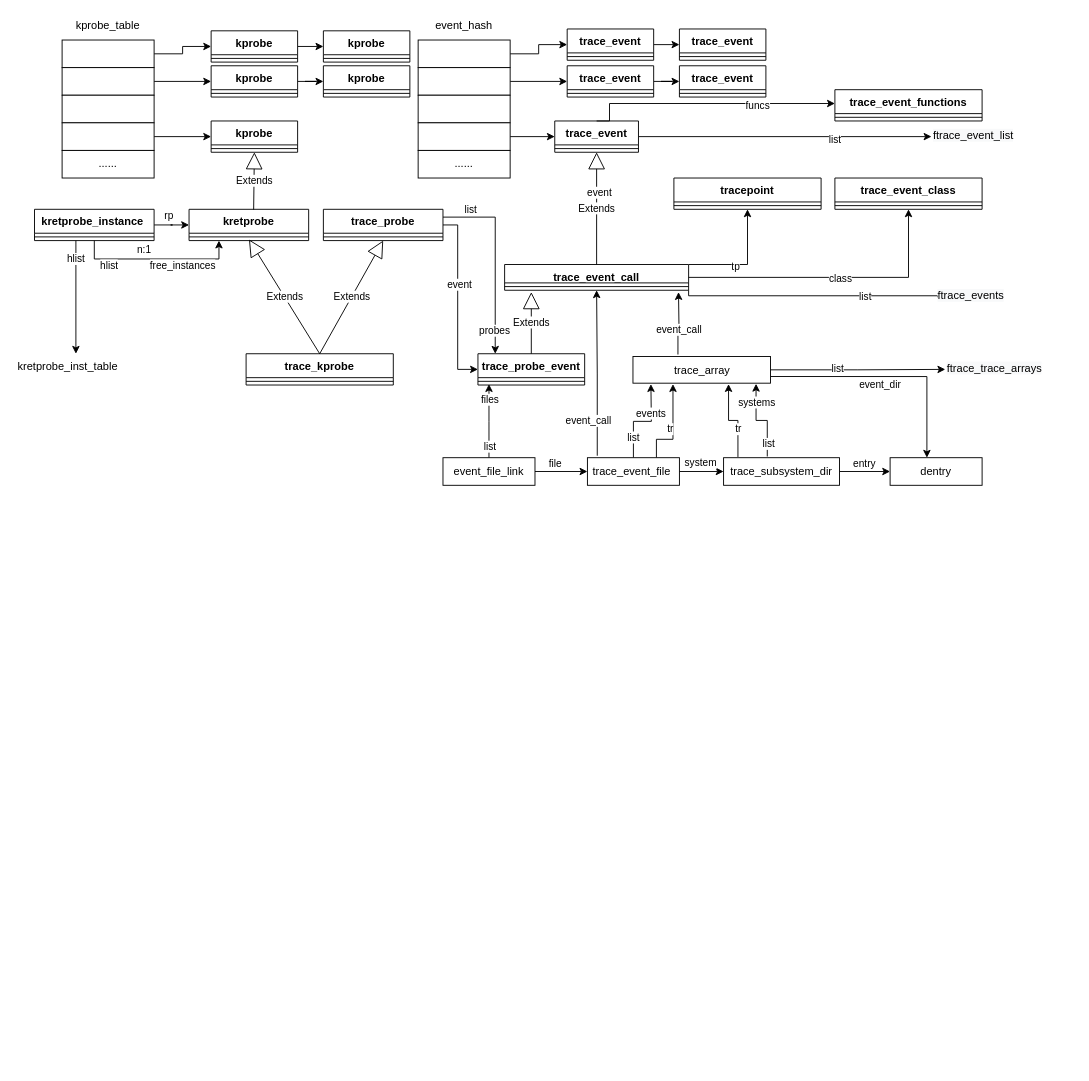
This is trace.drawio from jasonactions/graph, a draw.io file, before an edit. Source tidied: cells renumbered, new cells numbered last; positions are measured from the earlier drawing's top-left corner, leaving out a move shared by most shapes. Both pictures are drawn from the tidied source at 92%, with x=0, y=0 at pixel (16, 16).
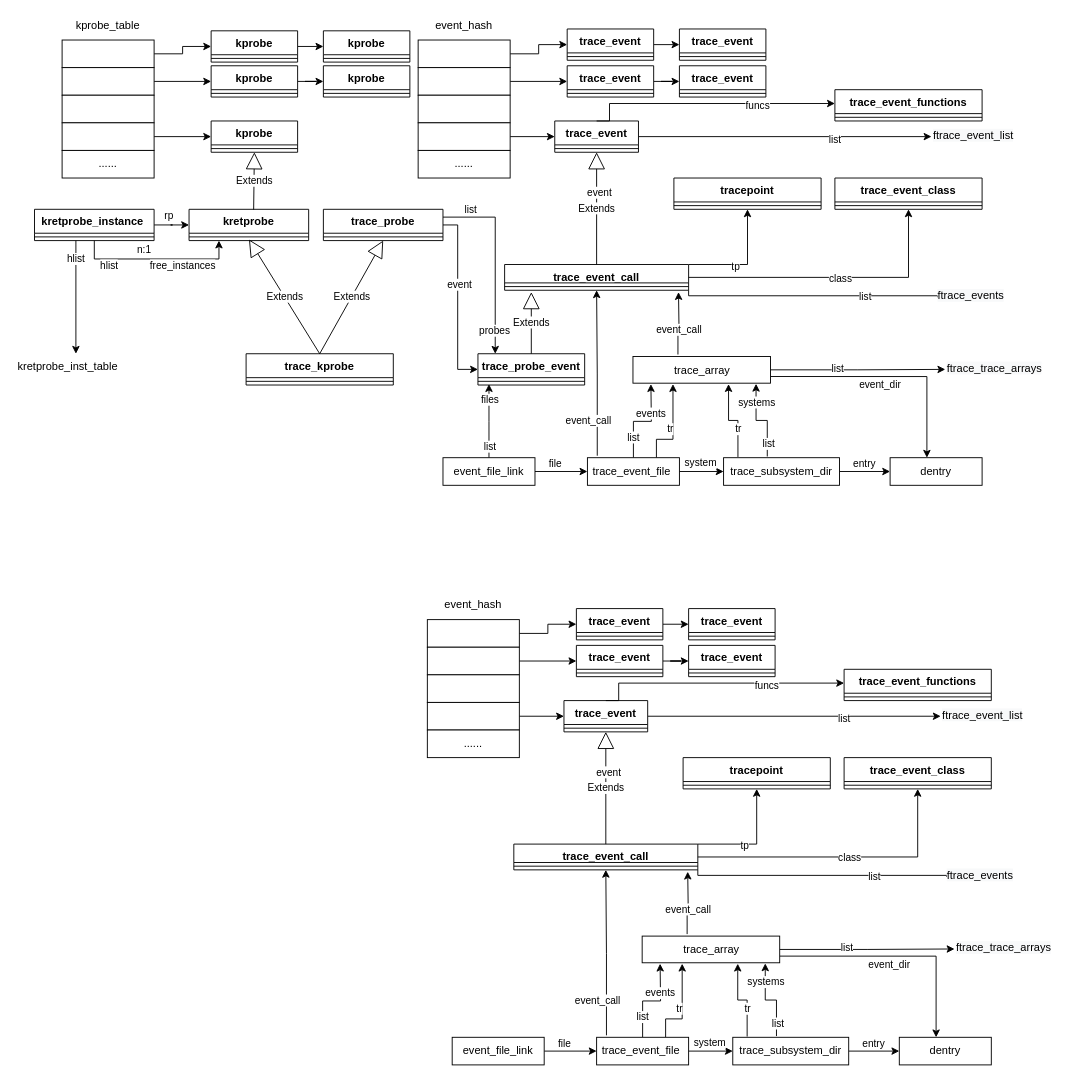
After the change.

The edit, as a diff of the source:
```diff
@@
+    <mxCell id="127" style="edgeStyle=orthogonalEdgeStyle;rounded=0;jettySize=auto;html=1;entryX=0.5;entryY=1;entryDx=0;entryDy=0;exitX=1;exitY=0;exitDx=0;exitDy=0;" parent="1" edge="1" source="129" target="137">
+      <mxGeometry relative="1" as="geometry">
+        <Array as="points">
+          <mxPoint x="805" y="900" />
+        </Array>
+      </mxGeometry>
+    </mxCell>
+    <mxCell id="128" value="tp" style="edgeLabel;html=1;align=center;verticalAlign=middle;" parent="127" vertex="1">
+      <mxGeometry x="-0.2" y="-1" relative="1" as="geometry" />
+    </mxCell>
+    <mxCell id="129" value="trace_event_call" style="swimlane;fontStyle=1;align=center;verticalAlign=top;horizontal=1;startSize=20;" parent="1" vertex="1">
+      <mxGeometry x="541" y="900" width="200" height="28" as="geometry" />
+    </mxCell>
+    <mxCell id="130" style="line;strokeWidth=1;fillColor=none;align=left;verticalAlign=middle;spacingTop=-1;spacingLeft=3;spacingRight=3;labelPosition=right;" parent="129" vertex="1">
+      <mxGeometry y="20" width="200" height="8" as="geometry" />
+    </mxCell>
+    <mxCell id="131" style="edgeStyle=orthogonalEdgeStyle;rounded=0;jettySize=auto;html=1;exitX=1;exitY=0.5;exitDx=0;exitDy=0;entryX=0;entryY=0.5;entryDx=0;entryDy=0;" parent="1" edge="1" source="133" target="186">
+      <mxGeometry relative="1" as="geometry" />
+    </mxCell>
+    <mxCell id="132" value="list" style="edgeLabel;html=1;align=center;verticalAlign=middle;" parent="131" vertex="1">
+      <mxGeometry x="0.34" y="-2" relative="1" as="geometry" />
+    </mxCell>
+    <mxCell id="133" value="trace_event" style="swimlane;fontStyle=1;align=center;verticalAlign=top;horizontal=1;startSize=26;" parent="1" vertex="1">
+      <mxGeometry x="595.5" y="744" width="91" height="34" as="geometry" />
+    </mxCell>
+    <mxCell id="134" style="line;strokeWidth=1;fillColor=none;align=left;verticalAlign=middle;spacingTop=-1;spacingLeft=3;spacingRight=3;labelPosition=right;" parent="133" vertex="1">
+      <mxGeometry y="26" width="91" height="8" as="geometry" />
+    </mxCell>
+    <mxCell id="135" value="Extends" style="endArrow=block;endSize=16;endFill=0;html=1;entryX=0.5;entryY=1;entryDx=0;entryDy=0;" parent="1" edge="1" source="129" target="133">
+      <mxGeometry relative="1" as="geometry" />
+    </mxCell>
+    <mxCell id="136" value="event" style="edgeLabel;html=1;align=center;verticalAlign=middle;" parent="135" vertex="1">
+      <mxGeometry x="0.3" y="-2" relative="1" as="geometry" />
+    </mxCell>
+    <mxCell id="137" value="tracepoint" style="swimlane;fontStyle=1;align=center;verticalAlign=top;horizontal=1;startSize=26;" parent="1" vertex="1">
+      <mxGeometry x="725" y="806" width="160" height="34" as="geometry" />
+    </mxCell>
+    <mxCell id="138" style="line;strokeWidth=1;fillColor=none;align=left;verticalAlign=middle;spacingTop=-1;spacingLeft=3;spacingRight=3;labelPosition=right;" parent="137" vertex="1">
+      <mxGeometry y="26" width="160" height="8" as="geometry" />
+    </mxCell>
+    <mxCell id="139" style="edgeStyle=orthogonalEdgeStyle;rounded=0;jettySize=auto;html=1;entryX=0;entryY=0.5;entryDx=0;entryDy=0;" parent="1" edge="1" source="140" target="153">
+      <mxGeometry relative="1" as="geometry" />
+    </mxCell>
+    <mxCell id="140" style="rounded=0;whiteSpace=wrap;html=1;" parent="1" vertex="1">
+      <mxGeometry x="447" y="656" width="100" height="30" as="geometry" />
+    </mxCell>
+    <mxCell id="141" style="edgeStyle=orthogonalEdgeStyle;rounded=0;jettySize=auto;html=1;" parent="1" edge="1" source="142" target="148">
+      <mxGeometry relative="1" as="geometry" />
+    </mxCell>
+    <mxCell id="142" style="rounded=0;whiteSpace=wrap;html=1;" parent="1" vertex="1">
+      <mxGeometry x="447" y="686" width="100" height="30" as="geometry" />
+    </mxCell>
+    <mxCell id="143" style="rounded=0;whiteSpace=wrap;html=1;" parent="1" vertex="1">
+      <mxGeometry x="447" y="716" width="100" height="30" as="geometry" />
+    </mxCell>
+    <mxCell id="144" style="edgeStyle=orthogonalEdgeStyle;rounded=0;jettySize=auto;html=1;entryX=0;entryY=0.5;entryDx=0;entryDy=0;" parent="1" edge="1" source="145" target="133">
+      <mxGeometry relative="1" as="geometry" />
+    </mxCell>
+    <mxCell id="145" style="rounded=0;whiteSpace=wrap;html=1;" parent="1" vertex="1">
+      <mxGeometry x="447" y="746" width="100" height="30" as="geometry" />
+    </mxCell>
+    <mxCell id="146" value="......" style="rounded=0;whiteSpace=wrap;html=1;" parent="1" vertex="1">
+      <mxGeometry x="447" y="776" width="100" height="30" as="geometry" />
+    </mxCell>
+    <mxCell id="147" style="edgeStyle=orthogonalEdgeStyle;rounded=0;jettySize=auto;html=1;" parent="1" edge="1" source="148" target="150">
+      <mxGeometry relative="1" as="geometry" />
+    </mxCell>
+    <mxCell id="148" value="trace_event" style="swimlane;fontStyle=1;align=center;verticalAlign=top;horizontal=1;startSize=26;" parent="1" vertex="1">
+      <mxGeometry x="609" y="684" width="94" height="34" as="geometry" />
+    </mxCell>
+    <mxCell id="149" style="line;strokeWidth=1;fillColor=none;align=left;verticalAlign=middle;spacingTop=-1;spacingLeft=3;spacingRight=3;labelPosition=right;" parent="148" vertex="1">
+      <mxGeometry y="26" width="94" height="8" as="geometry" />
+    </mxCell>
+    <mxCell id="150" value="trace_event" style="swimlane;fontStyle=1;align=center;verticalAlign=top;horizontal=1;startSize=26;" parent="1" vertex="1">
+      <mxGeometry x="731" y="684" width="94" height="34" as="geometry" />
+    </mxCell>
+    <mxCell id="151" style="line;strokeWidth=1;fillColor=none;align=left;verticalAlign=middle;spacingTop=-1;spacingLeft=3;spacingRight=3;labelPosition=right;" parent="150" vertex="1">
+      <mxGeometry y="26" width="94" height="8" as="geometry" />
+    </mxCell>
+    <mxCell id="152" style="edgeStyle=orthogonalEdgeStyle;rounded=0;jettySize=auto;html=1;exitX=1;exitY=0.5;exitDx=0;exitDy=0;entryX=0;entryY=0.5;entryDx=0;entryDy=0;" parent="1" edge="1" source="153" target="157">
+      <mxGeometry relative="1" as="geometry" />
+    </mxCell>
+    <mxCell id="153" value="trace_event" style="swimlane;fontStyle=1;align=center;verticalAlign=top;horizontal=1;startSize=26;" parent="1" vertex="1">
+      <mxGeometry x="609" y="644" width="94" height="34" as="geometry" />
+    </mxCell>
+    <mxCell id="154" style="line;strokeWidth=1;fillColor=none;align=left;verticalAlign=middle;spacingTop=-1;spacingLeft=3;spacingRight=3;labelPosition=right;" parent="153" vertex="1">
+      <mxGeometry y="26" width="94" height="8" as="geometry" />
+    </mxCell>
+    <mxCell id="155" style="edgeStyle=orthogonalEdgeStyle;rounded=0;jettySize=auto;html=1;entryX=0;entryY=0.5;entryDx=0;entryDy=0;exitX=0.5;exitY=0;exitDx=0;exitDy=0;" parent="1" edge="1" source="133">
+      <mxGeometry relative="1" as="geometry">
+        <mxPoint x="900" y="725" as="targetPoint" />
+        <Array as="points">
+          <mxPoint x="655" y="725" />
+        </Array>
+      </mxGeometry>
+    </mxCell>
+    <mxCell id="156" value="funcs" style="edgeLabel;html=1;align=center;verticalAlign=middle;" parent="155" vertex="1">
+      <mxGeometry x="0.38" y="-2" relative="1" as="geometry">
+        <mxPoint x="1" as="offset" />
+      </mxGeometry>
+    </mxCell>
+    <mxCell id="157" value="trace_event" style="swimlane;fontStyle=1;align=center;verticalAlign=top;horizontal=1;startSize=26;" parent="1" vertex="1">
+      <mxGeometry x="731" y="644" width="94" height="34" as="geometry" />
+    </mxCell>
+    <mxCell id="158" style="line;strokeWidth=1;fillColor=none;align=left;verticalAlign=middle;spacingTop=-1;spacingLeft=3;spacingRight=3;labelPosition=right;" parent="157" vertex="1">
+      <mxGeometry y="26" width="94" height="8" as="geometry" />
+    </mxCell>
+    <mxCell id="159" value="event_hash" style="text;html=1;strokeColor=none;fillColor=none;align=center;verticalAlign=middle;whiteSpace=wrap;rounded=0;" parent="1" vertex="1">
+      <mxGeometry x="457" y="630" width="80" height="20" as="geometry" />
+    </mxCell>
+    <mxCell id="160" value="trace_event_class" style="swimlane;fontStyle=1;align=center;verticalAlign=top;horizontal=1;startSize=26;" parent="1" vertex="1">
+      <mxGeometry x="900" y="806" width="160" height="34" as="geometry" />
+    </mxCell>
+    <mxCell id="161" style="line;strokeWidth=1;fillColor=none;align=left;verticalAlign=middle;spacingTop=-1;spacingLeft=3;spacingRight=3;labelPosition=right;" parent="160" vertex="1">
+      <mxGeometry y="26" width="160" height="8" as="geometry" />
+    </mxCell>
+    <mxCell id="162" style="edgeStyle=orthogonalEdgeStyle;rounded=0;jettySize=auto;html=1;entryX=0.5;entryY=1;entryDx=0;entryDy=0;exitX=1;exitY=0.5;exitDx=0;exitDy=0;" parent="1" edge="1" source="129" target="160">
+      <mxGeometry relative="1" as="geometry" />
+    </mxCell>
+    <mxCell id="163" value="class" style="edgeLabel;html=1;align=center;verticalAlign=middle;" parent="162" vertex="1">
+      <mxGeometry x="0.05" relative="1" as="geometry" />
+    </mxCell>
+    <mxCell id="164" value="trace_event_functions" style="swimlane;fontStyle=1;align=center;verticalAlign=top;horizontal=1;startSize=26;" parent="1" vertex="1">
+      <mxGeometry x="900" y="710" width="160" height="34" as="geometry" />
+    </mxCell>
+    <mxCell id="165" style="line;strokeWidth=1;fillColor=none;align=left;verticalAlign=middle;spacingTop=-1;spacingLeft=3;spacingRight=3;labelPosition=right;" parent="164" vertex="1">
+      <mxGeometry y="26" width="160" height="8" as="geometry" />
+    </mxCell>
+    <mxCell id="166" style="edgeStyle=orthogonalEdgeStyle;rounded=0;jettySize=auto;html=1;exitX=1;exitY=1;exitDx=0;exitDy=0;entryX=0;entryY=0.5;entryDx=0;entryDy=0;" parent="1" edge="1" source="129" target="193">
+      <mxGeometry relative="1" as="geometry">
+        <Array as="points">
+          <mxPoint x="741" y="934" />
+          <mxPoint x="1030" y="934" />
+        </Array>
+      </mxGeometry>
+    </mxCell>
+    <mxCell id="167" value="list" style="edgeLabel;html=1;align=center;verticalAlign=middle;" parent="166" vertex="1">
+      <mxGeometry x="0.34" y="-2" relative="1" as="geometry">
+        <mxPoint x="-15" y="-2" as="offset" />
+      </mxGeometry>
+    </mxCell>
+    <mxCell id="168" style="edgeStyle=orthogonalEdgeStyle;rounded=0;jettySize=auto;html=1;entryX=0;entryY=0.5;entryDx=0;entryDy=0;" parent="1" edge="1" source="174" target="175">
+      <mxGeometry relative="1" as="geometry" />
+    </mxCell>
+    <mxCell id="169" value="list" style="edgeLabel;html=1;align=center;verticalAlign=middle;" parent="168" vertex="1">
+      <mxGeometry x="-0.24" y="2" relative="1" as="geometry" />
+    </mxCell>
+    <mxCell id="170" style="edgeStyle=orthogonalEdgeStyle;rounded=0;jettySize=auto;html=1;exitX=0.327;exitY=-0.074;exitDx=0;exitDy=0;exitPerimeter=0;" parent="1" edge="1" source="174">
+      <mxGeometry relative="1" as="geometry">
+        <mxPoint x="730" y="930" as="targetPoint" />
+      </mxGeometry>
+    </mxCell>
+    <mxCell id="171" value="event_call&amp;nbsp;" style="edgeLabel;html=1;align=center;verticalAlign=middle;" parent="170" vertex="1">
+      <mxGeometry x="0.34" y="3" relative="1" as="geometry">
+        <mxPoint x="4" y="18" as="offset" />
+      </mxGeometry>
+    </mxCell>
+    <mxCell id="172" style="edgeStyle=orthogonalEdgeStyle;rounded=0;jettySize=auto;html=1;entryX=0.4;entryY=0;entryDx=0;entryDy=0;entryPerimeter=0;exitX=1;exitY=0.75;exitDx=0;exitDy=0;" parent="1" edge="1" source="174" target="196">
+      <mxGeometry relative="1" as="geometry" />
+    </mxCell>
+    <mxCell id="173" value="event_dir" style="edgeLabel;html=1;align=center;verticalAlign=middle;" parent="172" vertex="1">
+      <mxGeometry x="-0.08" y="-2" relative="1" as="geometry">
+        <mxPoint y="7" as="offset" />
+      </mxGeometry>
+    </mxCell>
+    <mxCell id="174" value="&lt;div style=&quot;text-align: left&quot;&gt;trace_array&lt;/div&gt;" style="rounded=0;whiteSpace=wrap;html=1;" parent="1" vertex="1">
+      <mxGeometry x="680.5" y="1000" width="149.5" height="29" as="geometry" />
+    </mxCell>
+    <mxCell id="175" value="&lt;span style=&quot;color: rgb(0, 0, 0); font-family: helvetica; font-size: 12px; font-style: normal; font-weight: 400; letter-spacing: normal; text-align: left; text-indent: 0px; text-transform: none; word-spacing: 0px; background-color: rgb(248, 249, 250); display: inline; float: none;&quot;&gt;ftrace_trace_arrays&lt;/span&gt;" style="text;whiteSpace=wrap;html=1;" parent="1" vertex="1">
+      <mxGeometry x="1020" y="999" width="130" height="30" as="geometry" />
+    </mxCell>
+    <mxCell id="176" style="edgeStyle=orthogonalEdgeStyle;rounded=0;jettySize=auto;html=1;" parent="1" edge="1" source="185">
+      <mxGeometry relative="1" as="geometry">
+        <mxPoint x="700" y="1030" as="targetPoint" />
+      </mxGeometry>
+    </mxCell>
+    <mxCell id="177" value="list" style="edgeLabel;html=1;align=center;verticalAlign=middle;" parent="176" vertex="1">
+      <mxGeometry x="-0.36" y="1" relative="1" as="geometry">
+        <mxPoint y="9" as="offset" />
+      </mxGeometry>
+    </mxCell>
+    <mxCell id="178" value="events" style="edgeLabel;html=1;align=center;verticalAlign=middle;" parent="176" vertex="1">
+      <mxGeometry x="0.23" y="1" relative="1" as="geometry">
+        <mxPoint y="-7" as="offset" />
+      </mxGeometry>
+    </mxCell>
+    <mxCell id="179" style="edgeStyle=orthogonalEdgeStyle;rounded=0;jettySize=auto;html=1;exitX=0.75;exitY=0;exitDx=0;exitDy=0;" parent="1" edge="1" source="185">
+      <mxGeometry relative="1" as="geometry">
+        <mxPoint x="724" y="1030" as="targetPoint" />
+        <Array as="points">
+          <mxPoint x="706" y="1090" />
+          <mxPoint x="724" y="1090" />
+        </Array>
+      </mxGeometry>
+    </mxCell>
+    <mxCell id="180" value="tr" style="edgeLabel;html=1;align=center;verticalAlign=middle;" parent="179" vertex="1">
+      <mxGeometry x="-0.69" y="-1" relative="1" as="geometry">
+        <mxPoint x="13" y="-17" as="offset" />
+      </mxGeometry>
+    </mxCell>
+    <mxCell id="181" style="edgeStyle=orthogonalEdgeStyle;rounded=0;jettySize=auto;html=1;" parent="1" edge="1" source="185" target="192">
+      <mxGeometry relative="1" as="geometry" />
+    </mxCell>
+    <mxCell id="182" value="system" style="edgeLabel;html=1;align=center;verticalAlign=middle;" parent="181" vertex="1">
+      <mxGeometry x="0.19" y="-1" relative="1" as="geometry">
+        <mxPoint x="-7" y="-11" as="offset" />
+      </mxGeometry>
+    </mxCell>
+    <mxCell id="183" style="edgeStyle=orthogonalEdgeStyle;rounded=0;jettySize=auto;html=1;entryX=0.5;entryY=1;entryDx=0;entryDy=0;exitX=0.107;exitY=-0.072;exitDx=0;exitDy=0;exitPerimeter=0;" parent="1" edge="1" source="185" target="129">
+      <mxGeometry relative="1" as="geometry" />
+    </mxCell>
+    <mxCell id="184" value="event_call" style="edgeLabel;html=1;align=center;verticalAlign=middle;" parent="183" vertex="1">
+      <mxGeometry x="0.66" y="-2" relative="1" as="geometry">
+        <mxPoint x="-12" y="111" as="offset" />
+      </mxGeometry>
+    </mxCell>
+    <mxCell id="185" value="&lt;div style=&quot;text-align: left&quot;&gt;&lt;span&gt;trace_event_file&amp;nbsp;&lt;/span&gt;&lt;/div&gt;" style="rounded=0;whiteSpace=wrap;html=1;" parent="1" vertex="1">
+      <mxGeometry x="631" y="1110" width="100" height="30" as="geometry" />
+    </mxCell>
+    <mxCell id="186" value="&lt;span style=&quot;color: rgb(0, 0, 0); font-family: helvetica; font-size: 12px; font-style: normal; font-weight: 400; letter-spacing: normal; text-align: center; text-indent: 0px; text-transform: none; word-spacing: 0px; background-color: rgb(248, 249, 250); display: inline; float: none;&quot;&gt;ftrace_event_list&lt;/span&gt;" style="text;whiteSpace=wrap;html=1;" parent="1" vertex="1">
+      <mxGeometry x="1005" y="746" width="110" height="30" as="geometry" />
+    </mxCell>
+    <mxCell id="187" style="edgeStyle=orthogonalEdgeStyle;rounded=0;jettySize=auto;html=1;exitX=0.377;exitY=-0.044;exitDx=0;exitDy=0;exitPerimeter=0;entryX=0.895;entryY=1.023;entryDx=0;entryDy=0;entryPerimeter=0;" parent="1" edge="1" source="192" target="174">
+      <mxGeometry relative="1" as="geometry" />
+    </mxCell>
+    <mxCell id="188" value="list" style="edgeLabel;html=1;align=center;verticalAlign=middle;" parent="187" vertex="1">
+      <mxGeometry x="-0.7" y="-1" relative="1" as="geometry" />
+    </mxCell>
+    <mxCell id="189" value="systems" style="edgeLabel;html=1;align=center;verticalAlign=middle;" parent="187" vertex="1">
+      <mxGeometry x="0.55" relative="1" as="geometry" />
+    </mxCell>
+    <mxCell id="190" style="edgeStyle=orthogonalEdgeStyle;rounded=0;jettySize=auto;html=1;entryX=0;entryY=0.5;entryDx=0;entryDy=0;" parent="1" edge="1" source="192" target="196">
+      <mxGeometry relative="1" as="geometry" />
+    </mxCell>
+    <mxCell id="191" value="entry" style="edgeLabel;html=1;align=center;verticalAlign=middle;" parent="190" vertex="1">
+      <mxGeometry x="0.16" relative="1" as="geometry">
+        <mxPoint x="-6" y="-9" as="offset" />
+      </mxGeometry>
+    </mxCell>
+    <mxCell id="192" value="&lt;div style=&quot;text-align: left&quot;&gt;trace_subsystem_dir&lt;br&gt;&lt;/div&gt;" style="rounded=0;whiteSpace=wrap;html=1;" parent="1" vertex="1">
+      <mxGeometry x="779" y="1110" width="126" height="30" as="geometry" />
+    </mxCell>
+    <mxCell id="193" value="&lt;span style=&quot;color: rgb(0, 0, 0); font-family: helvetica; font-size: 12px; font-style: normal; font-weight: 400; letter-spacing: normal; text-align: center; text-indent: 0px; text-transform: none; word-spacing: 0px; background-color: rgb(248, 249, 250); display: inline; float: none;&quot;&gt;ftrace_events&lt;/span&gt;" style="text;whiteSpace=wrap;html=1;" parent="1" vertex="1">
+      <mxGeometry x="1010" y="920" width="100" height="30" as="geometry" />
+    </mxCell>
+    <mxCell id="194" style="edgeStyle=orthogonalEdgeStyle;rounded=0;jettySize=auto;html=1;exitX=0.124;exitY=-0.027;exitDx=0;exitDy=0;entryX=0.695;entryY=1.034;entryDx=0;entryDy=0;entryPerimeter=0;exitPerimeter=0;" parent="1" edge="1" source="192" target="174">
+      <mxGeometry relative="1" as="geometry" />
+    </mxCell>
+    <mxCell id="195" value="tr" style="edgeLabel;html=1;align=center;verticalAlign=middle;" parent="194" vertex="1">
+      <mxGeometry x="-0.69" y="-1" relative="1" as="geometry">
+        <mxPoint x="-1" y="-17" as="offset" />
+      </mxGeometry>
+    </mxCell>
+    <mxCell id="196" value="&lt;div style=&quot;text-align: left&quot;&gt;dentry&lt;br&gt;&lt;/div&gt;" style="rounded=0;whiteSpace=wrap;html=1;" parent="1" vertex="1">
+      <mxGeometry x="960" y="1110" width="100" height="30" as="geometry" />
+    </mxCell>
+    <mxCell id="197" style="edgeStyle=orthogonalEdgeStyle;rounded=0;jettySize=auto;html=1;entryX=0;entryY=0.5;entryDx=0;entryDy=0;" parent="1" edge="1" source="199" target="185">
+      <mxGeometry relative="1" as="geometry" />
+    </mxCell>
+    <mxCell id="198" value="file" style="edgeLabel;html=1;align=center;verticalAlign=middle;" parent="197" vertex="1">
+      <mxGeometry x="0.34" relative="1" as="geometry">
+        <mxPoint x="-17" y="-9" as="offset" />
+      </mxGeometry>
+    </mxCell>
+    <mxCell id="199" value="&lt;div style=&quot;text-align: left&quot;&gt;event_file_link&lt;br&gt;&lt;/div&gt;" style="rounded=0;whiteSpace=wrap;html=1;" parent="1" vertex="1">
+      <mxGeometry x="474" y="1110" width="100" height="30" as="geometry" />
+    </mxCell>
```
